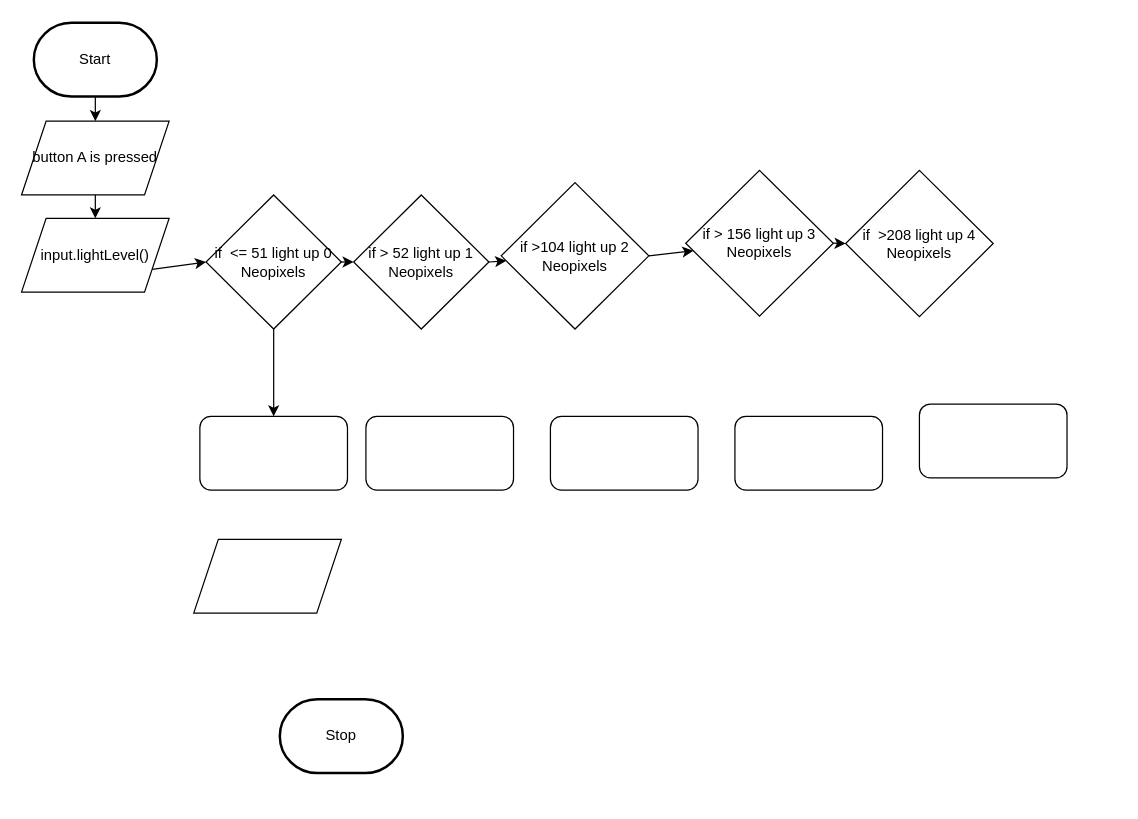
Earlier version of the draw.io diagram design/flowchart.drawio (MTHS-TEJ2O-1-2024/TEJ2O-Unit-2-10B-maryam-ergen). Source tidied: cells renumbered, new cells numbered last; positions are measured from the earlier drawing's top-left corner, leaving out a move shared by most shapes. Both pictures are drawn from the tidied source at 123%, with x=0, y=0 at pixel (21, 22).
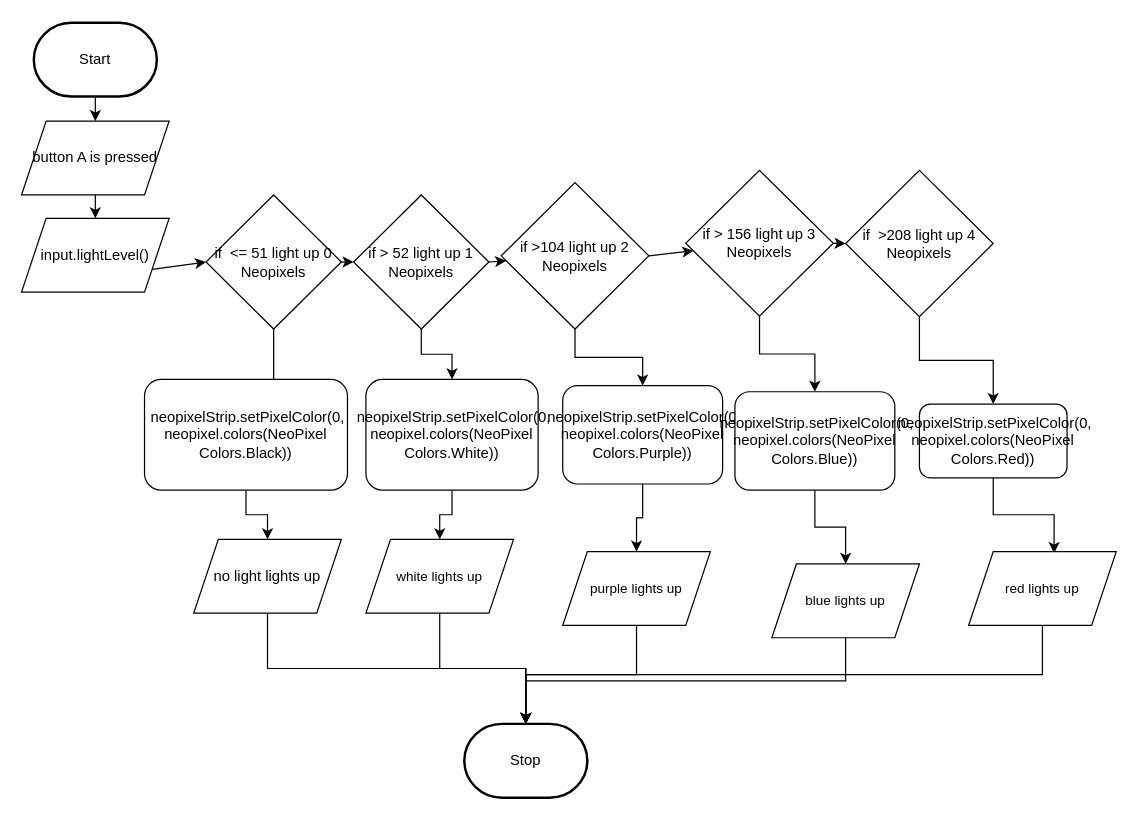
Above is the later version.

Unchanged cells that the change refers to:
```xml
<mxCell id="11" value="if&amp;nbsp;&amp;gt; 52 light up 1 Neopixels" style="rhombus;whiteSpace=wrap;html=1;" parent="1" vertex="1">
  <mxGeometry x="270" y="140" width="110" height="109" as="geometry" />
</mxCell>
<mxCell id="13" value="if&amp;nbsp;&amp;gt;104 light up 2 Neopixels" style="rhombus;whiteSpace=wrap;html=1;" parent="1" vertex="1">
  <mxGeometry x="390" y="130" width="120" height="119" as="geometry" />
</mxCell>
<mxCell id="15" value="if&amp;nbsp;&amp;gt; 156 light up 3 Neopixels" style="rhombus;whiteSpace=wrap;html=1;" parent="1" vertex="1">
  <mxGeometry x="540" y="120" width="120" height="118.5" as="geometry" />
</mxCell>
<mxCell id="18" value="if&amp;nbsp;&amp;nbsp;&amp;gt;208 light up 4 Neopixels" style="rhombus;whiteSpace=wrap;html=1;" parent="1" vertex="1">
  <mxGeometry x="670" y="120" width="120" height="119" as="geometry" />
</mxCell>
```

Diff of the diagram source:
```diff
@@
     <mxCell id="4" value="Stop" style="strokeWidth=2;html=1;shape=mxgraph.flowchart.terminator;whiteSpace=wrap;" parent="1" vertex="1">
-      <mxGeometry x="210" y="550" width="100" height="60" as="geometry" />
+      <mxGeometry x="360" y="570" width="100" height="60" as="geometry" />
     </mxCell>
@@
+    <mxCell id="25" style="edgeStyle=orthogonalEdgeStyle;html=1;exitX=0.5;exitY=1;exitDx=0;exitDy=0;entryX=0.5;entryY=0;entryDx=0;entryDy=0;strokeColor=default;rounded=0;" parent="1" edge="1" source="11" target="21">
+      <mxGeometry relative="1" as="geometry" />
+    </mxCell>
@@
+    <mxCell id="26" style="edgeStyle=orthogonalEdgeStyle;rounded=0;html=1;exitX=0.5;exitY=1;exitDx=0;exitDy=0;strokeColor=default;" parent="1" edge="1" source="13" target="22">
+      <mxGeometry relative="1" as="geometry" />
+    </mxCell>
@@
+    <mxCell id="27" style="edgeStyle=orthogonalEdgeStyle;rounded=0;html=1;exitX=0.5;exitY=1;exitDx=0;exitDy=0;strokeColor=default;" parent="1" edge="1" source="15" target="23">
+      <mxGeometry relative="1" as="geometry" />
+    </mxCell>
@@
+    <mxCell id="28" style="edgeStyle=orthogonalEdgeStyle;rounded=0;html=1;exitX=0.5;exitY=1;exitDx=0;exitDy=0;strokeColor=default;" parent="1" edge="1" source="18" target="24">
+      <mxGeometry relative="1" as="geometry" />
+    </mxCell>
@@
+    <mxCell id="29" style="edgeStyle=orthogonalEdgeStyle;shape=connector;rounded=0;html=1;exitX=0.5;exitY=1;exitDx=0;exitDy=0;entryX=0.5;entryY=0;entryDx=0;entryDy=0;labelBackgroundColor=default;strokeColor=default;fontFamily=Helvetica;fontSize=11;fontColor=default;endArrow=classic;" parent="1" edge="1" source="19" target="20">
+      <mxGeometry relative="1" as="geometry" />
+    </mxCell>
-    <mxCell id="19" style="rounded=1;whiteSpace=wrap;html=1;" parent="1" vertex="1">
-      <mxGeometry x="145" y="320" width="120" height="60" as="geometry" />
+    <mxCell id="19" value="&amp;nbsp;neopixelStrip.setPixelColor(0, neopixel.colors(NeoPixel&lt;br&gt;Colors.Black))" style="rounded=1;whiteSpace=wrap;html=1;" parent="1" vertex="1">
+      <mxGeometry x="100" y="290" width="165" height="90" as="geometry" />
     </mxCell>
+    <mxCell id="30" style="edgeStyle=orthogonalEdgeStyle;shape=connector;rounded=0;html=1;exitX=0.5;exitY=1;exitDx=0;exitDy=0;labelBackgroundColor=default;strokeColor=default;fontFamily=Helvetica;fontSize=11;fontColor=default;endArrow=classic;" parent="1" edge="1" source="20" target="4">
+      <mxGeometry relative="1" as="geometry" />
+    </mxCell>
-    <mxCell id="20" style="shape=parallelogram;perimeter=parallelogramPerimeter;whiteSpace=wrap;html=1;fixedSize=1;" parent="1" vertex="1">
+    <mxCell id="20" value="no light lights up" style="shape=parallelogram;perimeter=parallelogramPerimeter;whiteSpace=wrap;html=1;fixedSize=1;" parent="1" vertex="1">
       <mxGeometry x="140" y="420" width="120" height="60" as="geometry" />
     </mxCell>
+    <mxCell id="31" style="edgeStyle=orthogonalEdgeStyle;shape=connector;rounded=0;html=1;exitX=0.5;exitY=1;exitDx=0;exitDy=0;entryX=0.5;entryY=0;entryDx=0;entryDy=0;labelBackgroundColor=default;strokeColor=default;fontFamily=Helvetica;fontSize=11;fontColor=default;endArrow=classic;" parent="1" edge="1" source="21" target="36">
+      <mxGeometry relative="1" as="geometry" />
+    </mxCell>
-    <mxCell id="21" style="rounded=1;whiteSpace=wrap;html=1;" parent="1" vertex="1">
-      <mxGeometry x="280" y="320" width="120" height="60" as="geometry" />
+    <mxCell id="21" value="&amp;nbsp;neopixelStrip.setPixelColor(0, neopixel.colors(NeoPixel&lt;br&gt;Colors.White))" style="rounded=1;whiteSpace=wrap;html=1;" parent="1" vertex="1">
+      <mxGeometry x="280" y="290" width="140" height="90" as="geometry" />
     </mxCell>
+    <mxCell id="32" style="edgeStyle=orthogonalEdgeStyle;shape=connector;rounded=0;html=1;exitX=0.5;exitY=1;exitDx=0;exitDy=0;entryX=0.5;entryY=0;entryDx=0;entryDy=0;labelBackgroundColor=default;strokeColor=default;fontFamily=Helvetica;fontSize=11;fontColor=default;endArrow=classic;" parent="1" edge="1" source="22" target="38">
+      <mxGeometry relative="1" as="geometry" />
+    </mxCell>
-    <mxCell id="22" style="rounded=1;whiteSpace=wrap;html=1;" parent="1" vertex="1">
-      <mxGeometry x="430" y="320" width="120" height="60" as="geometry" />
+    <mxCell id="22" value="&amp;nbsp;neopixelStrip.setPixelColor(0, neopixel.colors(NeoPixel&lt;br&gt;Colors.Purple))" style="rounded=1;whiteSpace=wrap;html=1;" parent="1" vertex="1">
+      <mxGeometry x="440" y="295" width="130" height="80" as="geometry" />
     </mxCell>
+    <mxCell id="33" style="edgeStyle=orthogonalEdgeStyle;shape=connector;rounded=0;html=1;exitX=0.5;exitY=1;exitDx=0;exitDy=0;entryX=0.5;entryY=0;entryDx=0;entryDy=0;labelBackgroundColor=default;strokeColor=default;fontFamily=Helvetica;fontSize=11;fontColor=default;endArrow=classic;" parent="1" edge="1" source="23" target="40">
+      <mxGeometry relative="1" as="geometry" />
+    </mxCell>
-    <mxCell id="23" style="rounded=1;whiteSpace=wrap;html=1;" parent="1" vertex="1">
-      <mxGeometry x="580" y="320" width="120" height="60" as="geometry" />
+    <mxCell id="23" value="&amp;nbsp;neopixelStrip.setPixelColor(0, neopixel.colors(NeoPixel&lt;br&gt;Colors.Blue))" style="rounded=1;whiteSpace=wrap;html=1;" parent="1" vertex="1">
+      <mxGeometry x="580" y="300" width="130" height="80" as="geometry" />
     </mxCell>
+    <mxCell id="34" style="edgeStyle=orthogonalEdgeStyle;shape=connector;rounded=0;html=1;exitX=0.5;exitY=1;exitDx=0;exitDy=0;entryX=0.579;entryY=0.021;entryDx=0;entryDy=0;entryPerimeter=0;labelBackgroundColor=default;strokeColor=default;fontFamily=Helvetica;fontSize=11;fontColor=default;endArrow=classic;" parent="1" edge="1" source="24" target="42">
+      <mxGeometry relative="1" as="geometry" />
+    </mxCell>
-    <mxCell id="24" style="rounded=1;whiteSpace=wrap;html=1;" parent="1" vertex="1">
+    <mxCell id="24" value="&amp;nbsp;neopixelStrip.setPixelColor(0, neopixel.colors(NeoPixel&lt;br&gt;Colors.Red))" style="rounded=1;whiteSpace=wrap;html=1;" parent="1" vertex="1">
       <mxGeometry x="730" y="310" width="120" height="60" as="geometry" />
     </mxCell>
+    <mxCell id="35" style="edgeStyle=orthogonalEdgeStyle;shape=connector;rounded=0;html=1;exitX=0.5;exitY=1;exitDx=0;exitDy=0;entryX=0.5;entryY=0;entryDx=0;entryDy=0;entryPerimeter=0;labelBackgroundColor=default;strokeColor=default;fontFamily=Helvetica;fontSize=11;fontColor=default;endArrow=classic;" parent="1" edge="1" source="36" target="4">
+      <mxGeometry relative="1" as="geometry" />
+    </mxCell>
+    <mxCell id="36" value="white lights up" style="shape=parallelogram;perimeter=parallelogramPerimeter;whiteSpace=wrap;html=1;fixedSize=1;fontFamily=Helvetica;fontSize=11;fontColor=default;" parent="1" vertex="1">
+      <mxGeometry x="280" y="420" width="120" height="60" as="geometry" />
+    </mxCell>
+    <mxCell id="37" style="edgeStyle=orthogonalEdgeStyle;shape=connector;rounded=0;html=1;exitX=0.5;exitY=1;exitDx=0;exitDy=0;entryX=0.5;entryY=0;entryDx=0;entryDy=0;entryPerimeter=0;labelBackgroundColor=default;strokeColor=default;fontFamily=Helvetica;fontSize=11;fontColor=default;endArrow=classic;" parent="1" edge="1" source="38" target="4">
+      <mxGeometry relative="1" as="geometry" />
+    </mxCell>
+    <mxCell id="38" value="purple lights up" style="shape=parallelogram;perimeter=parallelogramPerimeter;whiteSpace=wrap;html=1;fixedSize=1;fontFamily=Helvetica;fontSize=11;fontColor=default;" parent="1" vertex="1">
+      <mxGeometry x="440" y="430" width="120" height="60" as="geometry" />
+    </mxCell>
+    <mxCell id="39" style="edgeStyle=orthogonalEdgeStyle;shape=connector;rounded=0;html=1;exitX=0.5;exitY=1;exitDx=0;exitDy=0;entryX=0.5;entryY=0;entryDx=0;entryDy=0;entryPerimeter=0;labelBackgroundColor=default;strokeColor=default;fontFamily=Helvetica;fontSize=11;fontColor=default;endArrow=classic;" parent="1" edge="1" source="40" target="4">
+      <mxGeometry relative="1" as="geometry" />
+    </mxCell>
+    <mxCell id="40" value="blue lights up" style="shape=parallelogram;perimeter=parallelogramPerimeter;whiteSpace=wrap;html=1;fixedSize=1;fontFamily=Helvetica;fontSize=11;fontColor=default;" parent="1" vertex="1">
+      <mxGeometry x="610" y="440" width="120" height="60" as="geometry" />
+    </mxCell>
+    <mxCell id="41" style="edgeStyle=orthogonalEdgeStyle;shape=connector;rounded=0;html=1;exitX=0.5;exitY=1;exitDx=0;exitDy=0;entryX=0.5;entryY=0;entryDx=0;entryDy=0;entryPerimeter=0;labelBackgroundColor=default;strokeColor=default;fontFamily=Helvetica;fontSize=11;fontColor=default;endArrow=classic;" parent="1" edge="1" source="42" target="4">
+      <mxGeometry relative="1" as="geometry" />
+    </mxCell>
+    <mxCell id="42" value="red lights up" style="shape=parallelogram;perimeter=parallelogramPerimeter;whiteSpace=wrap;html=1;fixedSize=1;fontFamily=Helvetica;fontSize=11;fontColor=default;" parent="1" vertex="1">
+      <mxGeometry x="770" y="430" width="120" height="60" as="geometry" />
+    </mxCell>
```
